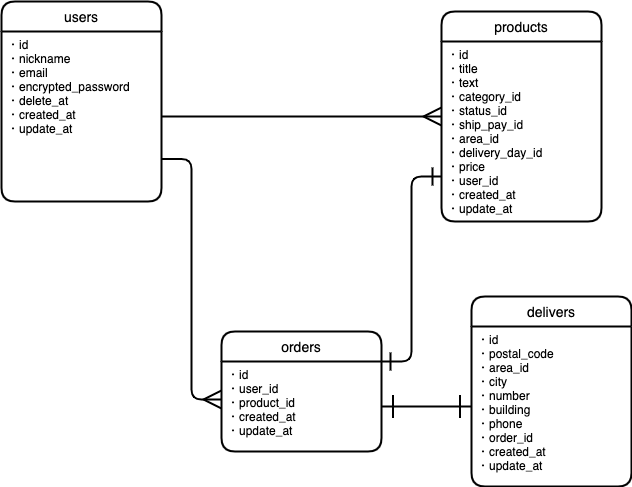
Earlier version of the draw.io export ER.dio.png (hatanotakahiro/sympasee). Source tidied: cells renumbered, new cells last; positions are measured from the earlier drawing's top-left corner, leaving out a move shared by most shapes.
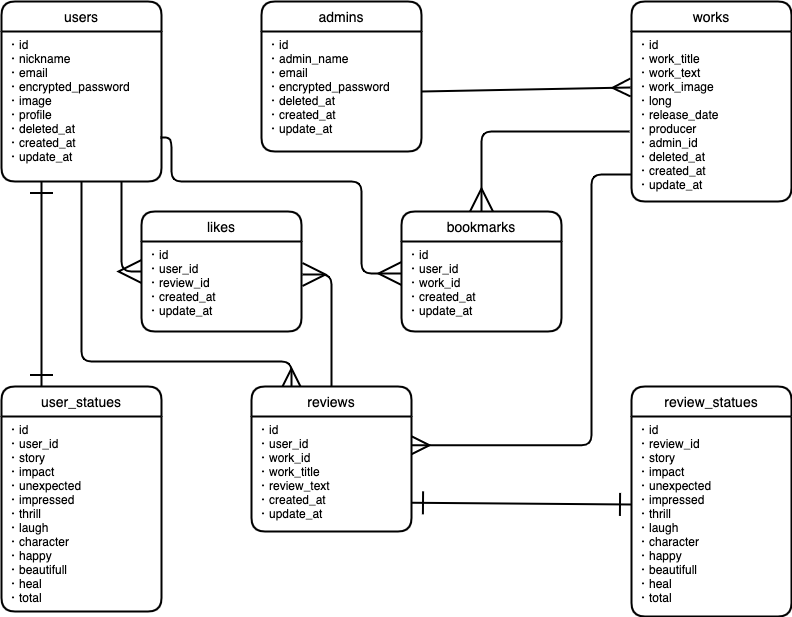
Later version of the same file.

Change to the diagram source:
```diff
@@ -3,10 +3,10 @@
     <mxCell id="0" />
     <mxCell id="1" parent="0" />
     <mxCell id="2" value="users" style="swimlane;horizontal=1;startSize=30;rounded=1;fontSize=14;fontStyle=0;strokeWidth=2;shadow=0;dashed=0;align=center;" parent="1" vertex="1">
-      <mxGeometry width="160" height="200" as="geometry" />
+      <mxGeometry x="-10" y="10" width="160" height="180" as="geometry" />
     </mxCell>
-    <mxCell id="3" value="・id&#10;・nickname&#10;・email&#10;・encrypted_password&#10;・delete_at&#10;・created_at&#10;・update_at" style="align=left;strokeColor=none;fillColor=none;spacingLeft=4;fontSize=12;verticalAlign=top;" parent="2" vertex="1">
-      <mxGeometry y="30" width="160" height="170" as="geometry" />
+    <mxCell id="3" value="・id&#10;・nickname&#10;・email&#10;・encrypted_password&#10;・image&#10;・profile&#10;・deleted_at&#10;・created_at&#10;・update_at" style="align=left;strokeColor=none;fillColor=none;spacingLeft=4;fontSize=12;verticalAlign=top;" parent="2" vertex="1">
+      <mxGeometry y="30" width="160" height="150" as="geometry" />
     </mxCell>
     <mxCell id="4" style="edgeStyle=orthogonalEdgeStyle;rounded=0;orthogonalLoop=1;jettySize=auto;html=1;exitX=0.5;exitY=1;exitDx=0;exitDy=0;" parent="2" edge="1" source="3" target="3">
       <mxGeometry relative="1" as="geometry" />
@@ -14,37 +14,94 @@
     <mxCell id="5" style="edgeStyle=none;rounded=0;jumpSize=6;orthogonalLoop=1;jettySize=auto;html=1;exitX=1;exitY=0.25;exitDx=0;exitDy=0;startArrow=ERone;startFill=0;startSize=15;sourcePerimeterSpacing=0;endArrow=ERone;endFill=0;endSize=20;targetPerimeterSpacing=0;strokeWidth=2;" parent="2" edge="1" source="3" target="3">
       <mxGeometry relative="1" as="geometry" />
     </mxCell>
-    <mxCell id="6" value="products" style="swimlane;horizontal=1;startSize=30;rounded=1;fontSize=14;fontStyle=0;strokeWidth=2;shadow=0;dashed=0;align=center;" parent="1" vertex="1">
-      <mxGeometry x="440" y="10" width="160" height="210" as="geometry" />
+    <mxCell id="6" value="works" style="swimlane;horizontal=1;startSize=30;rounded=1;fontSize=14;fontStyle=0;strokeWidth=2;shadow=0;dashed=0;align=center;" parent="1" vertex="1">
+      <mxGeometry x="620" y="10" width="160" height="200" as="geometry" />
     </mxCell>
-    <mxCell id="7" value="・id&#10;・title&#10;・text&#10;・category_id&#10;・status_id&#10;・ship_pay_id&#10;・area_id&#10;・delivery_day_id&#10;・price&#10;・user_id&#10;・created_at&#10;・update_at&#10;" style="align=left;strokeColor=none;fillColor=none;spacingLeft=4;fontSize=12;verticalAlign=top;" parent="6" vertex="1">
-      <mxGeometry y="30" width="160" height="180" as="geometry" />
+    <mxCell id="7" value="・id&#10;・work_title&#10;・work_text&#10;・work_image&#10;・long&#10;・release_date&#10;・producer&#10;・admin_id&#10;・deleted_at&#10;・created_at&#10;・update_at&#10;" style="align=left;strokeColor=none;fillColor=none;spacingLeft=4;fontSize=12;verticalAlign=top;" parent="6" vertex="1">
+      <mxGeometry y="30" width="160" height="170" as="geometry" />
     </mxCell>
-    <mxCell id="8" value="delivers" style="swimlane;horizontal=1;startSize=30;rounded=1;fontSize=14;fontStyle=0;strokeWidth=2;shadow=0;dashed=0;align=center;" parent="1" vertex="1">
-      <mxGeometry x="470" y="295" width="160" height="190" as="geometry" />
-    </mxCell>
-    <mxCell id="9" value="・id&#10;・postal_code&#10;・area_id&#10;・city&#10;・number&#10;・building&#10;・phone&#10;・order_id&#10;・created_at&#10;・update_at&#10;" style="align=left;strokeColor=none;fillColor=none;spacingLeft=4;fontSize=12;verticalAlign=top;" parent="8" vertex="1">
-      <mxGeometry y="30" width="160" height="160" as="geometry" />
-    </mxCell>
-    <mxCell id="10" value="orders" style="swimlane;horizontal=1;startSize=30;rounded=1;fontSize=14;fontStyle=0;strokeWidth=2;shadow=0;dashed=0;align=center;" parent="1" vertex="1">
-      <mxGeometry x="220" y="330" width="160" height="120" as="geometry" />
+    <mxCell id="10" value="reviews" style="swimlane;horizontal=1;startSize=30;rounded=1;fontSize=14;fontStyle=0;strokeWidth=2;shadow=0;dashed=0;align=center;" parent="1" vertex="1">
+      <mxGeometry x="240" y="395" width="160" height="145" as="geometry" />
     </mxCell>
-    <mxCell id="11" value="・id&#10;・user_id&#10;・product_id&#10;・created_at&#10;・update_at&#10;" style="align=left;strokeColor=none;fillColor=none;spacingLeft=4;fontSize=12;verticalAlign=top;" parent="10" vertex="1">
-      <mxGeometry y="30" width="160" height="90" as="geometry" />
+    <mxCell id="11" value="・id&#10;・user_id&#10;・work_id&#10;・work_title&#10;・review_text&#10;・created_at&#10;・update_at&#10;" style="align=left;strokeColor=none;fillColor=none;spacingLeft=4;fontSize=12;verticalAlign=top;" parent="10" vertex="1">
+      <mxGeometry y="30" width="160" height="115" as="geometry" />
     </mxCell>
-    <mxCell id="12" style="edgeStyle=entityRelationEdgeStyle;fontSize=12;html=1;endArrow=ERmany;exitX=1;exitY=0.5;exitDx=0;exitDy=0;jumpSize=6;strokeWidth=2;endSize=15;" parent="1" edge="1" source="3">
+    <mxCell id="12" style="fontSize=12;html=1;endArrow=ERmany;jumpSize=6;strokeWidth=2;endSize=15;exitX=1;exitY=0.5;exitDx=0;exitDy=0;" parent="1" edge="1" source="20">
       <mxGeometry relative="1" as="geometry">
-        <mxPoint x="440" y="115" as="targetPoint" />
+        <mxPoint x="619" y="96" as="targetPoint" />
       </mxGeometry>
     </mxCell>
-    <mxCell id="13" style="edgeStyle=entityRelationEdgeStyle;fontSize=12;html=1;endArrow=ERmany;exitX=1;exitY=0.75;exitDx=0;exitDy=0;jumpSize=6;strokeWidth=2;endSize=15;entryX=0;entryY=0.422;entryDx=0;entryDy=0;entryPerimeter=0;" parent="1" edge="1" source="3" target="11">
-      <mxGeometry relative="1" as="geometry" />
+    <mxCell id="13" style="edgeStyle=orthogonalEdgeStyle;fontSize=12;html=1;endArrow=ERmany;exitX=0.5;exitY=1;exitDx=0;exitDy=0;jumpSize=6;strokeWidth=2;endSize=15;entryX=0.25;entryY=0;entryDx=0;entryDy=0;" parent="1" edge="1" source="3" target="10">
+      <mxGeometry relative="1" as="geometry">
+        <Array as="points">
+          <mxPoint x="70" y="370" />
+          <mxPoint x="280" y="370" />
+        </Array>
+      </mxGeometry>
     </mxCell>
+    <mxCell id="15" style="fontSize=12;html=1;endArrow=ERone;endFill=1;strokeWidth=2;exitX=1;exitY=0.75;exitDx=0;exitDy=0;endSize=20;startArrow=ERone;startFill=0;targetPerimeterSpacing=0;startSize=20;entryX=0;entryY=0.44;entryDx=0;entryDy=0;entryPerimeter=0;" parent="1" edge="1" source="11" target="22">
+      <mxGeometry relative="1" as="geometry" />
+    </mxCell>
+    <mxCell id="16" value="user_statues" style="swimlane;horizontal=1;startSize=30;rounded=1;fontSize=14;fontStyle=0;strokeWidth=2;shadow=0;dashed=0;align=center;" parent="1" vertex="1">
+      <mxGeometry x="-10" y="395" width="160" height="225" as="geometry" />
+    </mxCell>
+    <mxCell id="17" value="・id&#10;・user_id&#10;・story&#10;・impact&#10;・unexpected&#10;・impressed&#10;・thrill&#10;・laugh&#10;・character&#10;・happy&#10;・beautifull&#10;・heal&#10;・total&#10;&#10;&#10;&#10;" style="align=left;strokeColor=none;fillColor=none;spacingLeft=4;fontSize=12;verticalAlign=top;" parent="16" vertex="1">
+      <mxGeometry y="30" width="160" height="195" as="geometry" />
+    </mxCell>
+    <mxCell id="18" style="fontSize=12;html=1;endArrow=ERone;endFill=1;strokeWidth=2;exitX=0.25;exitY=0;exitDx=0;exitDy=0;entryX=0.25;entryY=1;entryDx=0;entryDy=0;endSize=20;startArrow=ERone;startFill=0;targetPerimeterSpacing=0;startSize=20;" parent="1" edge="1" source="16" target="3">
+      <mxGeometry relative="1" as="geometry" />
+    </mxCell>
+    <mxCell id="19" value="admins" style="swimlane;horizontal=1;startSize=30;rounded=1;fontSize=14;fontStyle=0;strokeWidth=2;shadow=0;dashed=0;align=center;" parent="1" vertex="1">
+      <mxGeometry x="250" y="10" width="160" height="150" as="geometry" />
+    </mxCell>
+    <mxCell id="20" value="・id&#10;・admin_name&#10;・email&#10;・encrypted_password&#10;・deleted_at&#10;・created_at&#10;・update_at" style="align=left;strokeColor=none;fillColor=none;spacingLeft=4;fontSize=12;verticalAlign=top;" parent="19" vertex="1">
+      <mxGeometry y="30" width="160" height="120" as="geometry" />
+    </mxCell>
+    <mxCell id="21" value="review_statues" style="swimlane;horizontal=1;startSize=30;rounded=1;fontSize=14;fontStyle=0;strokeWidth=2;shadow=0;dashed=0;align=center;" parent="1" vertex="1">
+      <mxGeometry x="620" y="395" width="160" height="230" as="geometry" />
+    </mxCell>
+    <mxCell id="22" value="・id&#10;・review_id&#10;・story&#10;・impact&#10;・unexpected&#10;・impressed&#10;・thrill&#10;・laugh&#10;・character&#10;・happy&#10;・beautifull&#10;・heal&#10;・total" style="align=left;strokeColor=none;fillColor=none;spacingLeft=4;fontSize=12;verticalAlign=top;" parent="21" vertex="1">
+      <mxGeometry y="30" width="160" height="200" as="geometry" />
+    </mxCell>
-    <mxCell id="14" style="edgeStyle=entityRelationEdgeStyle;fontSize=12;html=1;endArrow=ERone;exitX=0;exitY=0.75;exitDx=0;exitDy=0;jumpSize=6;strokeWidth=2;endSize=15;entryX=1;entryY=0;entryDx=0;entryDy=0;endFill=0;startArrow=ERone;startFill=0;startSize=15;" parent="1" edge="1" source="7" target="11">
-      <mxGeometry relative="1" as="geometry" />
+    <mxCell id="14" style="edgeStyle=orthogonalEdgeStyle;fontSize=12;html=1;endArrow=none;exitX=1;exitY=0.25;exitDx=0;exitDy=0;jumpSize=6;strokeWidth=2;endSize=15;endFill=0;startArrow=ERmany;startFill=0;startSize=15;" parent="1" edge="1" source="11">
+      <mxGeometry relative="1" as="geometry">
+        <mxPoint x="620" y="183" as="targetPoint" />
+        <Array as="points">
+          <mxPoint x="580" y="454" />
+          <mxPoint x="580" y="183" />
+        </Array>
+      </mxGeometry>
     </mxCell>
-    <mxCell id="15" style="fontSize=12;html=1;endArrow=ERone;endFill=1;strokeWidth=2;exitX=1;exitY=0.5;exitDx=0;exitDy=0;entryX=0;entryY=0.5;entryDx=0;entryDy=0;endSize=20;startArrow=ERone;startFill=0;targetPerimeterSpacing=0;startSize=20;" parent="1" edge="1" source="11" target="9">
-      <mxGeometry relative="1" as="geometry" />
-    </mxCell>
+    <mxCell id="23" value="likes" style="swimlane;horizontal=1;startSize=30;rounded=1;fontSize=14;fontStyle=0;strokeWidth=2;shadow=0;dashed=0;align=center;" parent="1" vertex="1">
+      <mxGeometry x="130" y="220" width="160" height="120" as="geometry" />
+    </mxCell>
+    <mxCell id="24" value="・id&#10;・user_id&#10;・review_id&#10;・created_at&#10;・update_at&#10;" style="align=left;strokeColor=none;fillColor=none;spacingLeft=4;fontSize=12;verticalAlign=top;" parent="23" vertex="1">
+      <mxGeometry y="30" width="160" height="90" as="geometry" />
+    </mxCell>
+    <mxCell id="25" style="fontSize=12;html=1;endArrow=ERmany;endFill=0;strokeWidth=2;exitX=0.75;exitY=1;exitDx=0;exitDy=0;endSize=20;startArrow=none;startFill=0;targetPerimeterSpacing=0;startSize=20;entryX=0;entryY=0.5;entryDx=0;entryDy=0;edgeStyle=orthogonalEdgeStyle;" parent="1" edge="1" source="3" target="23">
+      <mxGeometry relative="1" as="geometry" />
+    </mxCell>
+    <mxCell id="26" style="fontSize=12;html=1;endArrow=ERmany;endFill=0;strokeWidth=2;exitX=0.5;exitY=0;exitDx=0;exitDy=0;endSize=20;startArrow=none;startFill=0;targetPerimeterSpacing=0;startSize=20;entryX=1.006;entryY=0.367;entryDx=0;entryDy=0;entryPerimeter=0;edgeStyle=orthogonalEdgeStyle;" parent="1" edge="1" source="10" target="24">
+      <mxGeometry relative="1" as="geometry" />
+    </mxCell>
+    <mxCell id="27" value="bookmarks" style="swimlane;horizontal=1;startSize=30;rounded=1;fontSize=14;fontStyle=0;strokeWidth=2;shadow=0;dashed=0;align=center;" parent="1" vertex="1">
+      <mxGeometry x="390" y="220" width="160" height="120" as="geometry" />
+    </mxCell>
+    <mxCell id="28" value="・id&#10;・user_id&#10;・work_id&#10;・created_at&#10;・update_at&#10;" style="align=left;strokeColor=none;fillColor=none;spacingLeft=4;fontSize=12;verticalAlign=top;" parent="27" vertex="1">
+      <mxGeometry y="30" width="160" height="90" as="geometry" />
+    </mxCell>
+    <mxCell id="29" style="fontSize=12;html=1;endArrow=ERmany;endFill=0;strokeWidth=2;endSize=20;startArrow=none;startFill=0;targetPerimeterSpacing=0;startSize=20;entryX=0;entryY=0.356;entryDx=0;entryDy=0;edgeStyle=orthogonalEdgeStyle;entryPerimeter=0;exitX=0.994;exitY=0.707;exitDx=0;exitDy=0;exitPerimeter=0;" parent="1" edge="1" source="3" target="28">
+      <mxGeometry relative="1" as="geometry">
+        <Array as="points">
+          <mxPoint x="160" y="146" />
+          <mxPoint x="160" y="190" />
+          <mxPoint x="350" y="190" />
+          <mxPoint x="350" y="282" />
+        </Array>
+      </mxGeometry>
+    </mxCell>
+    <mxCell id="30" style="fontSize=12;html=1;endArrow=ERmany;endFill=0;strokeWidth=2;exitX=-0.012;exitY=0.588;exitDx=0;exitDy=0;endSize=20;startArrow=none;startFill=0;targetPerimeterSpacing=0;startSize=20;entryX=0.5;entryY=0;entryDx=0;entryDy=0;edgeStyle=orthogonalEdgeStyle;exitPerimeter=0;" parent="1" edge="1" source="7" target="27">
+      <mxGeometry relative="1" as="geometry" />
+    </mxCell>
   </root>
 </mxGraphModel>
```
